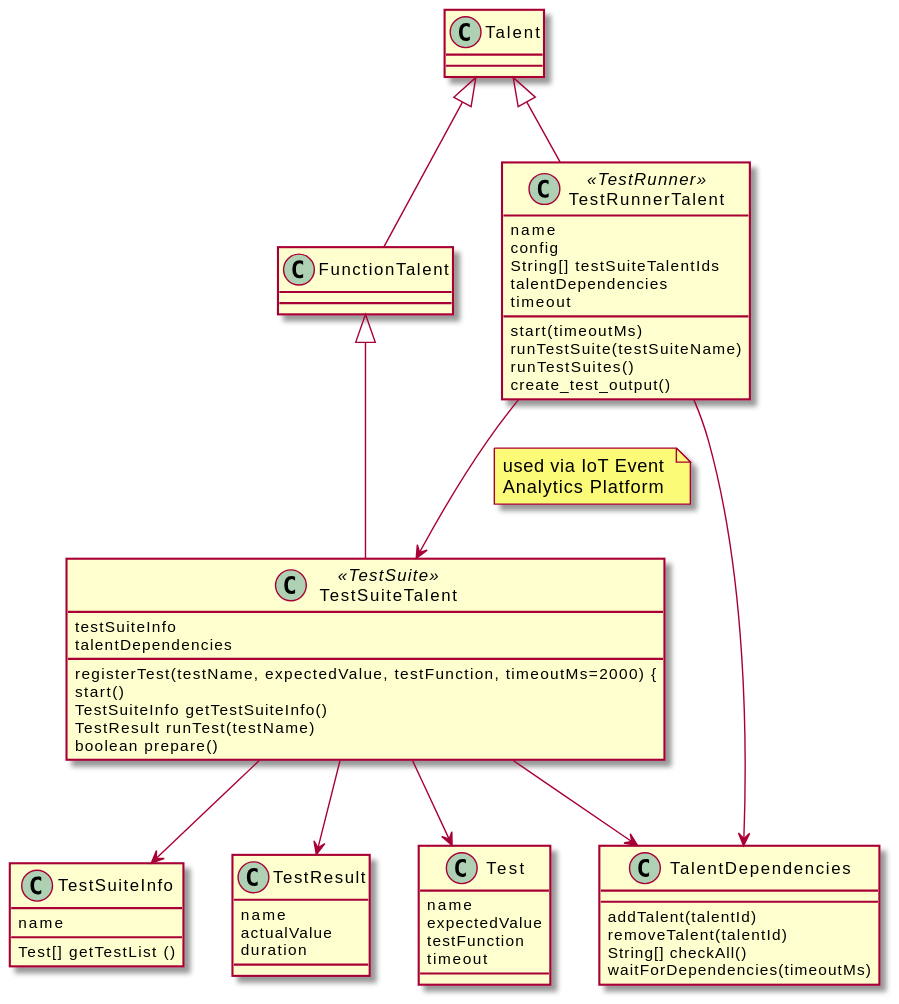
Before: docs/topics/assets/plantuml/test_framework_class_diagram.svg, a diagram exported from PlantUML (COVESA/iot-event-analytics). Its diagram source:
```plantuml
@startuml

class Test {
    name
    expectedValue
    testFunction
    timeout
}

class TestResult {
    name
    actualValue
    duration
 }

 class TalentDependencies {
    addTalent(talentId)
    removeTalent(talentId)
    String[] checkAll()
    waitForDependencies(timeoutMs)
}

class TestSuiteInfo {
    name
    Test[] getTestList ()
}

class TestSuiteTalent<<TestSuite>> extends FunctionTalent {
    testSuiteInfo
    talentDependencies
    registerTest(testName, expectedValue, testFunction, timeoutMs=2000) {
    start()
    TestSuiteInfo getTestSuiteInfo()
    TestResult runTest(testName)
    boolean prepare()
}

TestSuiteTalent --> TestSuiteInfo
TestSuiteTalent --> Test
TestSuiteTalent --> TestResult
TestSuiteTalent --> TalentDependencies

class FunctionTalent extends Talent {
}

class TestRunnerTalent<<TestRunner>> extends Talent {
    name
    config
    String[] testSuiteTalentIds
    talentDependencies
    timeout

    start(timeoutMs)
    runTestSuite(testSuiteName)
    runTestSuites()
    create_test_output()
}

TestRunnerTalent --> TestSuiteTalent
note top on link
    used via IoT Event
    Analytics Platform
end note

TestRunnerTalent --> TalentDependencies

@enduml
```
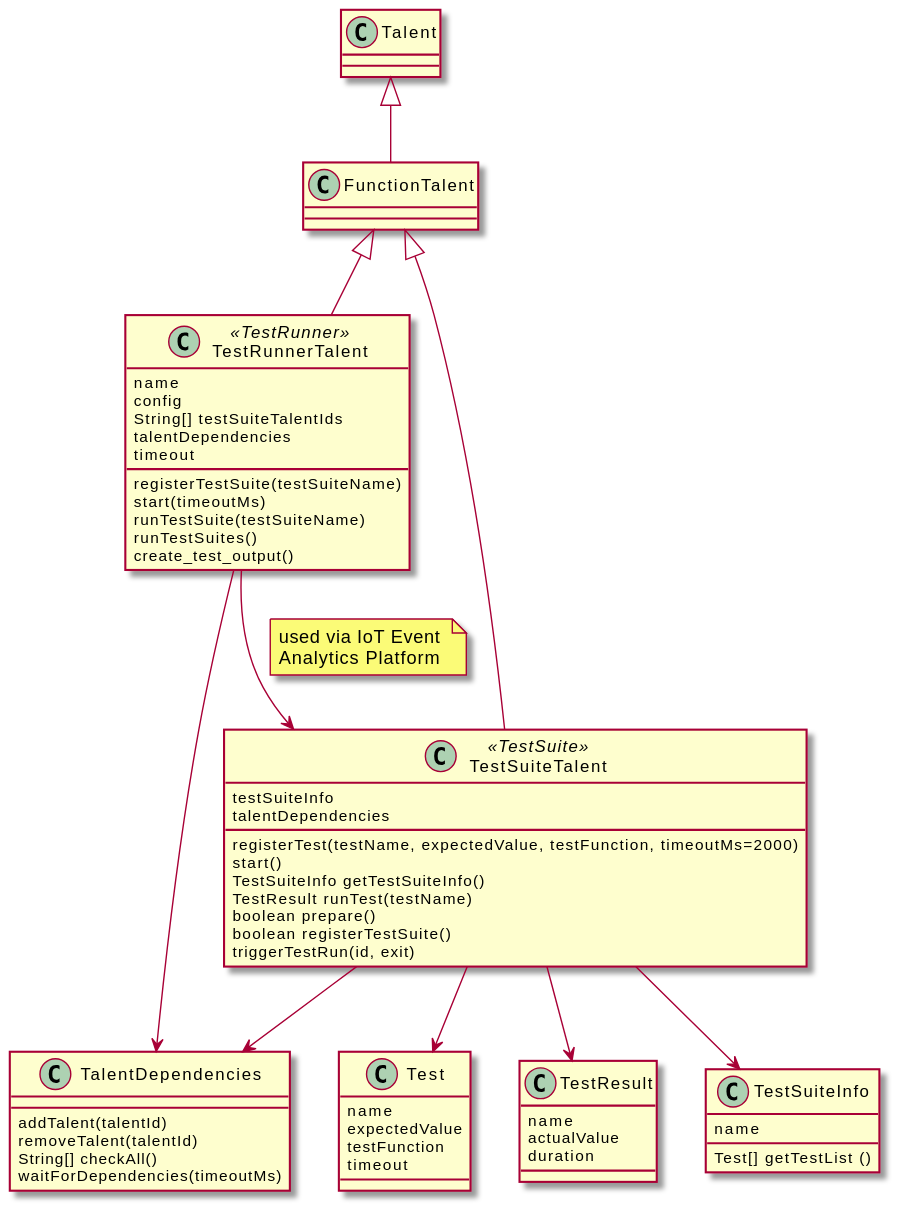
The same diagram one commit later.

What changed in the source:
```diff
@@ -25,14 +25,30 @@
     Test[] getTestList ()
 }
 
+class TestRunnerTalent<<TestRunner>> extends FunctionTalent {
+    name
+    config
+    String[] testSuiteTalentIds
+    talentDependencies
+    timeout
+
+    registerTestSuite(testSuiteName)
+    start(timeoutMs)
+    runTestSuite(testSuiteName)
+    runTestSuites()
+    create_test_output()
+}
+
 class TestSuiteTalent<<TestSuite>> extends FunctionTalent {
     testSuiteInfo
     talentDependencies
-    registerTest(testName, expectedValue, testFunction, timeoutMs=2000) {
+    registerTest(testName, expectedValue, testFunction, timeoutMs=2000)
     start()
     TestSuiteInfo getTestSuiteInfo()
     TestResult runTest(testName)
     boolean prepare()
+    boolean registerTestSuite()
+    triggerTestRun(id, exit)
 }
 
 TestSuiteTalent --> TestSuiteInfo
@@ -43,18 +59,7 @@
 class FunctionTalent extends Talent {
 }
 
-class TestRunnerTalent<<TestRunner>> extends Talent {
-    name
-    config
-    String[] testSuiteTalentIds
-    talentDependencies
-    timeout
 
-    start(timeoutMs)
-    runTestSuite(testSuiteName)
-    runTestSuites()
-    create_test_output()
-}
 
 TestRunnerTalent --> TestSuiteTalent
 note top on link
```
